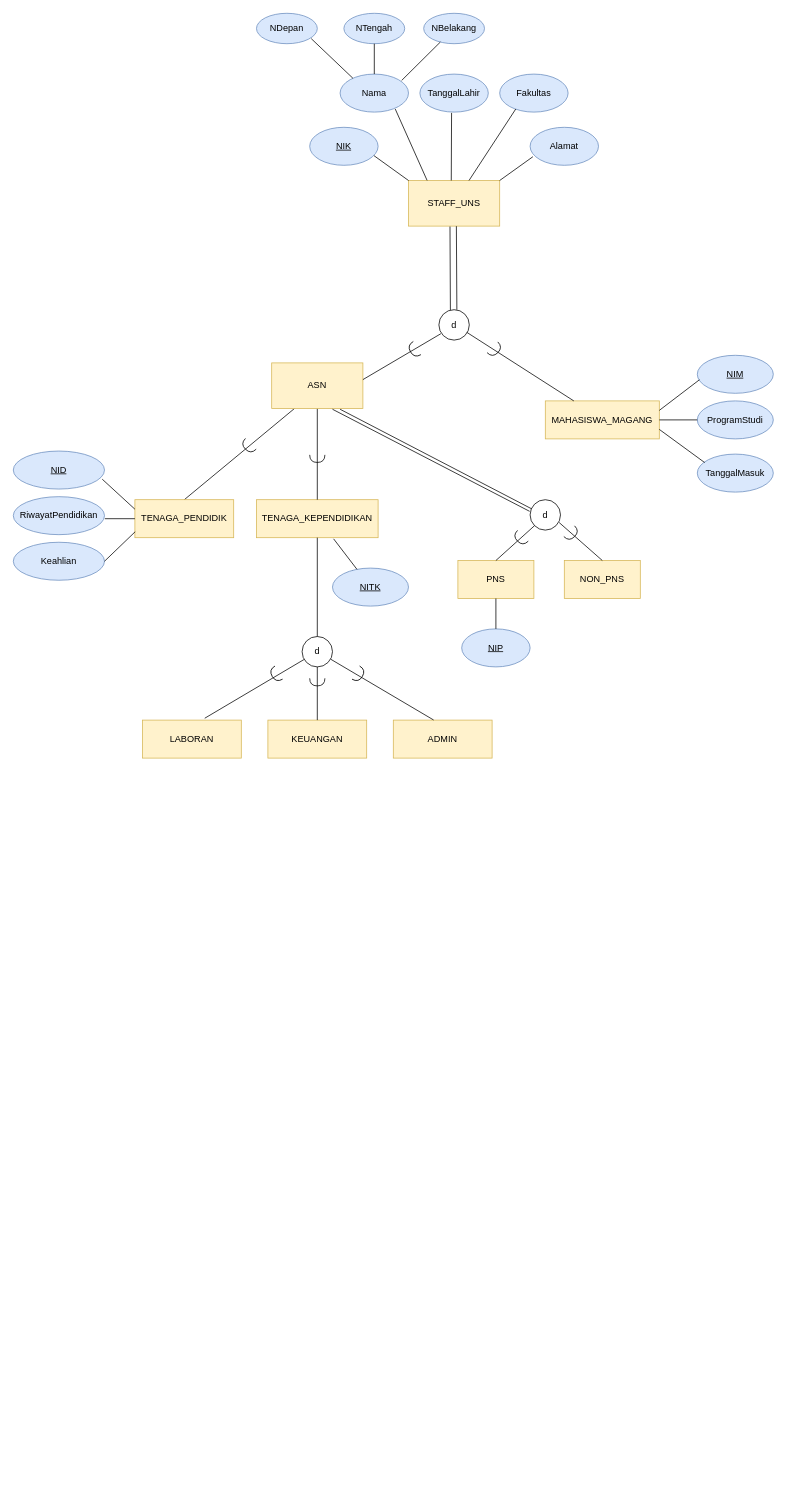
Before: page "Page-1" (2 of 3) of Untitled Diagram.drawio in Drithh/ER-Diagram, a draw.io diagram. Source tidied: cells renumbered, new cells numbered last; positions are measured from the earlier drawing's top-left corner, leaving out a move shared by most shapes. Both pictures are drawn from the tidied source at 76%, with x=0, y=0 at pixel (13, 13).
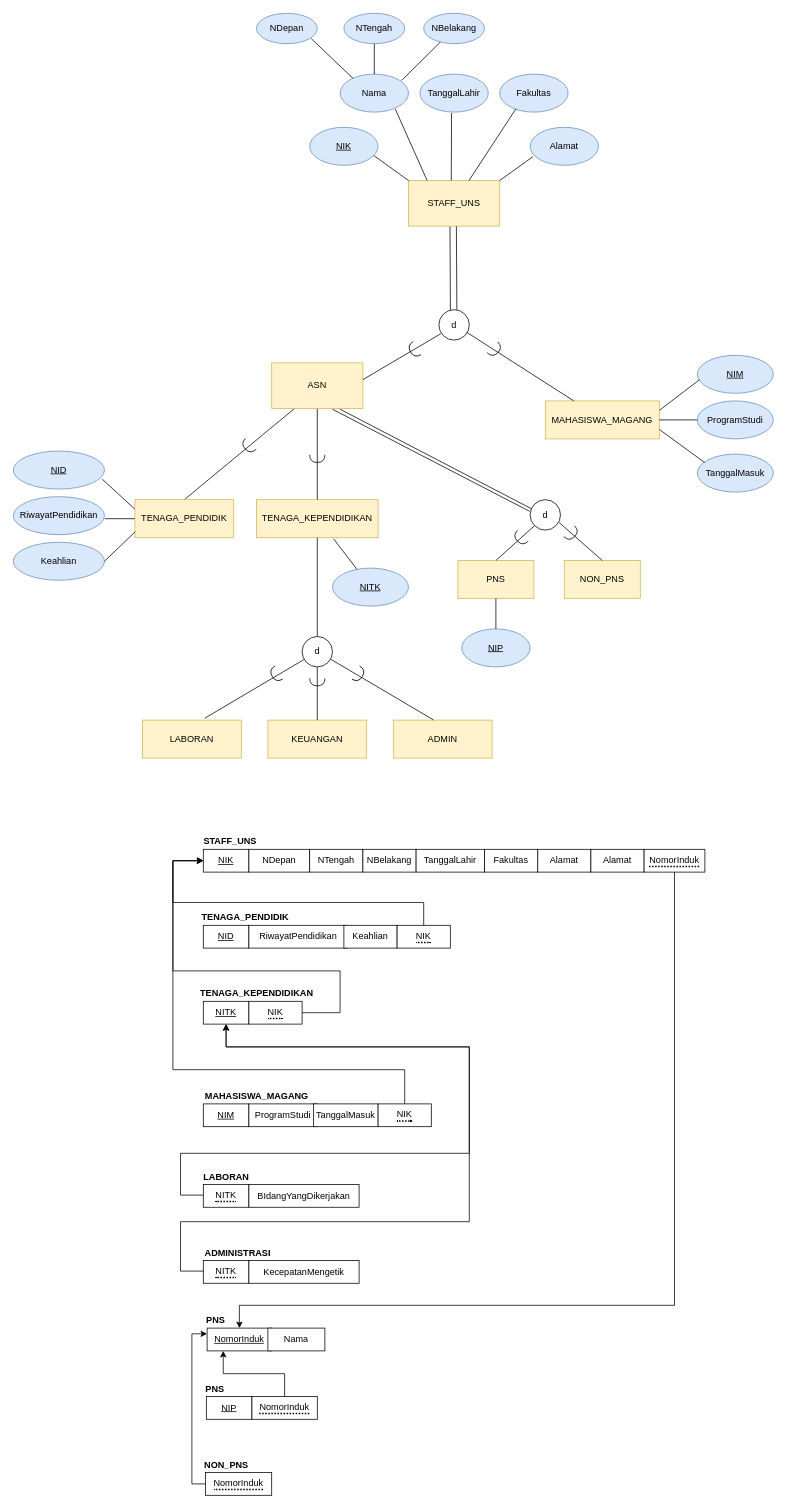
The same page after the edit.

The edit, as a diff of the source:
```diff
@@
+    <mxCell id="71" value="&lt;u&gt;NIK&lt;/u&gt;" style="whiteSpace=wrap;html=1;align=center;" parent="1" vertex="1">
+      <mxGeometry x="250" y="1100" width="60" height="30" as="geometry" />
+    </mxCell>
+    <mxCell id="72" value="NDepan" style="whiteSpace=wrap;html=1;align=center;" parent="1" vertex="1">
+      <mxGeometry x="310" y="1100" width="80" height="30" as="geometry" />
+    </mxCell>
+    <mxCell id="73" value="Alamat" style="whiteSpace=wrap;html=1;align=center;" parent="1" vertex="1">
+      <mxGeometry x="690" y="1100" width="70" height="30" as="geometry" />
+    </mxCell>
+    <mxCell id="74" value="NTengah" style="whiteSpace=wrap;html=1;align=center;" parent="1" vertex="1">
+      <mxGeometry x="390" y="1100" width="70" height="30" as="geometry" />
+    </mxCell>
+    <mxCell id="75" value="NBelakang" style="whiteSpace=wrap;html=1;align=center;" parent="1" vertex="1">
+      <mxGeometry x="460" y="1100" width="70" height="30" as="geometry" />
+    </mxCell>
+    <mxCell id="76" value="TanggalLahir" style="whiteSpace=wrap;html=1;align=center;" parent="1" vertex="1">
+      <mxGeometry x="530" y="1100" width="90" height="30" as="geometry" />
+    </mxCell>
+    <mxCell id="77" value="Fakultas" style="whiteSpace=wrap;html=1;align=center;" parent="1" vertex="1">
+      <mxGeometry x="620" y="1100" width="70" height="30" as="geometry" />
+    </mxCell>
+    <mxCell id="78" value="&lt;b&gt;STAFF_UNS&lt;/b&gt;" style="text;html=1;align=center;verticalAlign=middle;strokeColor=none;fillColor=none;" parent="1" vertex="1">
+      <mxGeometry x="240" y="1080" width="90" height="20" as="geometry" />
+    </mxCell>
+    <mxCell id="79" value="&lt;u&gt;NID&lt;/u&gt;" style="whiteSpace=wrap;html=1;align=center;" parent="1" vertex="1">
+      <mxGeometry x="250" y="1200" width="60" height="30" as="geometry" />
+    </mxCell>
+    <mxCell id="80" value="RiwayatPendidikan" style="whiteSpace=wrap;html=1;align=center;" parent="1" vertex="1">
+      <mxGeometry x="310" y="1200" width="130" height="30" as="geometry" />
+    </mxCell>
+    <mxCell id="81" value="Keahlian" style="whiteSpace=wrap;html=1;align=center;" parent="1" vertex="1">
+      <mxGeometry x="435" y="1200" width="70" height="30" as="geometry" />
+    </mxCell>
+    <mxCell id="82" style="edgeStyle=orthogonalEdgeStyle;rounded=0;jettySize=auto;html=1;" parent="1" edge="1" source="83" target="71">
+      <mxGeometry relative="1" as="geometry">
+        <Array as="points">
+          <mxPoint x="540" y="1170" />
+          <mxPoint x="210" y="1170" />
+          <mxPoint x="210" y="1115" />
+        </Array>
+      </mxGeometry>
+    </mxCell>
+    <mxCell id="83" value="&lt;div style=&quot;border-bottom: 2px dotted black&quot;&gt;NIK&lt;/div&gt;" style="whiteSpace=wrap;html=1;align=center;" parent="1" vertex="1">
+      <mxGeometry x="505" y="1200" width="70" height="30" as="geometry" />
+    </mxCell>
+    <mxCell id="84" value="&lt;b&gt;TENAGA_PENDIDIK&lt;/b&gt;" style="text;html=1;align=center;verticalAlign=middle;strokeColor=none;fillColor=none;" parent="1" vertex="1">
+      <mxGeometry x="240" y="1180" width="130" height="20" as="geometry" />
+    </mxCell>
+    <mxCell id="85" value="&lt;u&gt;NITK&lt;/u&gt;" style="whiteSpace=wrap;html=1;align=center;" parent="1" vertex="1">
+      <mxGeometry x="250" y="1300" width="60" height="30" as="geometry" />
+    </mxCell>
+    <mxCell id="86" style="edgeStyle=orthogonalEdgeStyle;rounded=0;jettySize=auto;html=1;entryX=0;entryY=0.5;entryDx=0;entryDy=0;" parent="1" edge="1" source="87" target="71">
+      <mxGeometry relative="1" as="geometry">
+        <Array as="points">
+          <mxPoint x="430" y="1315" />
+          <mxPoint x="430" y="1260" />
+          <mxPoint x="210" y="1260" />
+          <mxPoint x="210" y="1115" />
+        </Array>
+      </mxGeometry>
+    </mxCell>
+    <mxCell id="87" value="&lt;div style=&quot;border-bottom: 2px dotted black&quot;&gt;NIK&lt;/div&gt;" style="whiteSpace=wrap;html=1;align=center;" parent="1" vertex="1">
+      <mxGeometry x="310" y="1300" width="70" height="30" as="geometry" />
+    </mxCell>
+    <mxCell id="88" value="&lt;b&gt;TENAGA_KEPENDIDIKAN&lt;/b&gt;" style="text;html=1;align=center;verticalAlign=middle;strokeColor=none;fillColor=none;" parent="1" vertex="1">
+      <mxGeometry x="240" y="1280" width="160" height="20" as="geometry" />
+    </mxCell>
+    <mxCell id="89" value="&lt;u&gt;NIM&lt;/u&gt;" style="whiteSpace=wrap;html=1;align=center;" parent="1" vertex="1">
+      <mxGeometry x="250" y="1435" width="60" height="30" as="geometry" />
+    </mxCell>
+    <mxCell id="90" value="ProgramStudi" style="whiteSpace=wrap;html=1;align=center;" parent="1" vertex="1">
+      <mxGeometry x="310" y="1435" width="90" height="30" as="geometry" />
+    </mxCell>
+    <mxCell id="91" value="&lt;b&gt;MAHASISWA_MAGANG&lt;/b&gt;" style="text;html=1;align=center;verticalAlign=middle;strokeColor=none;fillColor=none;" parent="1" vertex="1">
+      <mxGeometry x="245" y="1415" width="150" height="20" as="geometry" />
+    </mxCell>
+    <mxCell id="92" value="TanggalMasuk" style="whiteSpace=wrap;html=1;align=center;" parent="1" vertex="1">
+      <mxGeometry x="395" y="1435" width="85" height="30" as="geometry" />
+    </mxCell>
+    <mxCell id="93" style="edgeStyle=orthogonalEdgeStyle;rounded=0;jettySize=auto;html=1;entryX=0;entryY=0.5;entryDx=0;entryDy=0;" parent="1" edge="1" source="94" target="71">
+      <mxGeometry relative="1" as="geometry">
+        <Array as="points">
+          <mxPoint x="515" y="1390" />
+          <mxPoint x="210" y="1390" />
+          <mxPoint x="210" y="1115" />
+        </Array>
+      </mxGeometry>
+    </mxCell>
+    <mxCell id="94" value="&lt;div style=&quot;border-bottom: 2px dotted black&quot;&gt;NIK&lt;/div&gt;" style="whiteSpace=wrap;html=1;align=center;" parent="1" vertex="1">
+      <mxGeometry x="480" y="1435" width="70" height="30" as="geometry" />
+    </mxCell>
+    <mxCell id="95" style="edgeStyle=orthogonalEdgeStyle;rounded=0;jettySize=auto;html=1;entryX=0.5;entryY=1;entryDx=0;entryDy=0;" parent="1" edge="1" source="96" target="85">
+      <mxGeometry relative="1" as="geometry">
+        <Array as="points">
+          <mxPoint x="220" y="1555" />
+          <mxPoint x="220" y="1500" />
+          <mxPoint x="600" y="1500" />
+          <mxPoint x="600" y="1360" />
+          <mxPoint x="280" y="1360" />
+        </Array>
+      </mxGeometry>
+    </mxCell>
+    <mxCell id="96" value="&lt;div style=&quot;border-bottom: 2px dotted black&quot;&gt;NITK&lt;/div&gt;" style="whiteSpace=wrap;html=1;align=center;" parent="1" vertex="1">
+      <mxGeometry x="250" y="1541" width="60" height="30" as="geometry" />
+    </mxCell>
+    <mxCell id="97" value="&lt;b&gt;LABORAN&lt;/b&gt;" style="text;html=1;align=center;verticalAlign=middle;strokeColor=none;fillColor=none;" parent="1" vertex="1">
+      <mxGeometry x="240" y="1521" width="80" height="20" as="geometry" />
+    </mxCell>
+    <mxCell id="98" value="BIdangYangDikerjakan" style="whiteSpace=wrap;html=1;align=center;" parent="1" vertex="1">
+      <mxGeometry x="310" y="1541" width="145" height="30" as="geometry" />
+    </mxCell>
+    <mxCell id="99" style="edgeStyle=orthogonalEdgeStyle;rounded=0;jettySize=auto;html=1;entryX=0.5;entryY=1;entryDx=0;entryDy=0;" parent="1" edge="1" source="100" target="85">
+      <mxGeometry relative="1" as="geometry">
+        <Array as="points">
+          <mxPoint x="220" y="1655" />
+          <mxPoint x="220" y="1590" />
+          <mxPoint x="600" y="1590" />
+          <mxPoint x="600" y="1360" />
+          <mxPoint x="280" y="1360" />
+        </Array>
+      </mxGeometry>
+    </mxCell>
+    <mxCell id="100" value="&lt;div style=&quot;border-bottom: 2px dotted black&quot;&gt;NITK&lt;/div&gt;" style="whiteSpace=wrap;html=1;align=center;" parent="1" vertex="1">
+      <mxGeometry x="250" y="1641" width="60" height="30" as="geometry" />
+    </mxCell>
+    <mxCell id="101" value="&lt;b&gt;ADMINISTRASI&lt;/b&gt;" style="text;html=1;align=center;verticalAlign=middle;strokeColor=none;fillColor=none;" parent="1" vertex="1">
+      <mxGeometry x="245" y="1621" width="100" height="20" as="geometry" />
+    </mxCell>
+    <mxCell id="102" value="KecepatanMengetik" style="whiteSpace=wrap;html=1;align=center;" parent="1" vertex="1">
+      <mxGeometry x="310" y="1641" width="145" height="30" as="geometry" />
+    </mxCell>
+    <mxCell id="103" value="&lt;u&gt;NIP&lt;/u&gt;" style="whiteSpace=wrap;html=1;align=center;" parent="1" vertex="1">
+      <mxGeometry x="254" y="1820" width="60" height="30" as="geometry" />
+    </mxCell>
+    <mxCell id="104" style="edgeStyle=orthogonalEdgeStyle;rounded=0;jettySize=auto;html=1;entryX=0.25;entryY=1;entryDx=0;entryDy=0;endArrow=classic;endFill=1;" parent="1" edge="1" source="105" target="111">
+      <mxGeometry relative="1" as="geometry" />
+    </mxCell>
+    <mxCell id="105" value="&lt;div style=&quot;border-bottom: 2px dotted black&quot;&gt;NomorInduk&lt;/div&gt;" style="whiteSpace=wrap;html=1;align=center;" parent="1" vertex="1">
+      <mxGeometry x="314" y="1820" width="86" height="30" as="geometry" />
+    </mxCell>
+    <mxCell id="106" value="&lt;b&gt;PNS&lt;/b&gt;" style="text;html=1;align=center;verticalAlign=middle;strokeColor=none;fillColor=none;" parent="1" vertex="1">
+      <mxGeometry x="245" y="1800" width="40" height="20" as="geometry" />
+    </mxCell>
+    <mxCell id="107" style="edgeStyle=orthogonalEdgeStyle;rounded=0;jettySize=auto;html=1;entryX=0;entryY=0.25;entryDx=0;entryDy=0;endArrow=classic;endFill=1;" parent="1" edge="1" source="108" target="111">
+      <mxGeometry relative="1" as="geometry">
+        <Array as="points">
+          <mxPoint x="235" y="1935" />
+          <mxPoint x="235" y="1738" />
+        </Array>
+      </mxGeometry>
+    </mxCell>
+    <mxCell id="108" value="&lt;div style=&quot;border-bottom: 2px dotted black&quot;&gt;NomorInduk&lt;/div&gt;" style="whiteSpace=wrap;html=1;align=center;" parent="1" vertex="1">
+      <mxGeometry x="253" y="1920" width="87" height="30" as="geometry" />
+    </mxCell>
+    <mxCell id="109" value="&lt;b&gt;NON_PNS&lt;/b&gt;" style="text;html=1;align=center;verticalAlign=middle;strokeColor=none;fillColor=none;" parent="1" vertex="1">
+      <mxGeometry x="245" y="1900" width="70" height="20" as="geometry" />
+    </mxCell>
+    <mxCell id="110" value="Alamat" style="whiteSpace=wrap;html=1;align=center;" parent="1" vertex="1">
+      <mxGeometry x="760" y="1100" width="70" height="30" as="geometry" />
+    </mxCell>
+    <mxCell id="111" value="&lt;u&gt;NomorInduk&lt;/u&gt;" style="whiteSpace=wrap;html=1;align=center;" parent="1" vertex="1">
+      <mxGeometry x="255" y="1730" width="85" height="30" as="geometry" />
+    </mxCell>
+    <mxCell id="112" value="Nama" style="whiteSpace=wrap;html=1;align=center;" parent="1" vertex="1">
+      <mxGeometry x="335" y="1730" width="75" height="30" as="geometry" />
+    </mxCell>
+    <mxCell id="113" value="&lt;b&gt;PNS&lt;/b&gt;" style="text;html=1;align=center;verticalAlign=middle;strokeColor=none;fillColor=none;" parent="1" vertex="1">
+      <mxGeometry x="246" y="1710" width="40" height="20" as="geometry" />
+    </mxCell>
+    <mxCell id="114" style="edgeStyle=orthogonalEdgeStyle;rounded=0;jettySize=auto;html=1;entryX=0.5;entryY=0;entryDx=0;entryDy=0;endArrow=classic;endFill=1;" parent="1" edge="1" source="115" target="111">
+      <mxGeometry relative="1" as="geometry">
+        <Array as="points">
+          <mxPoint x="870" y="1700" />
+          <mxPoint x="298" y="1700" />
+        </Array>
+      </mxGeometry>
+    </mxCell>
+    <mxCell id="115" value="&lt;div style=&quot;border-bottom: 2px dotted black&quot;&gt;NomorInduk&lt;/div&gt;" style="whiteSpace=wrap;html=1;align=center;" parent="1" vertex="1">
+      <mxGeometry x="830" y="1100" width="80" height="30" as="geometry" />
+    </mxCell>
```
